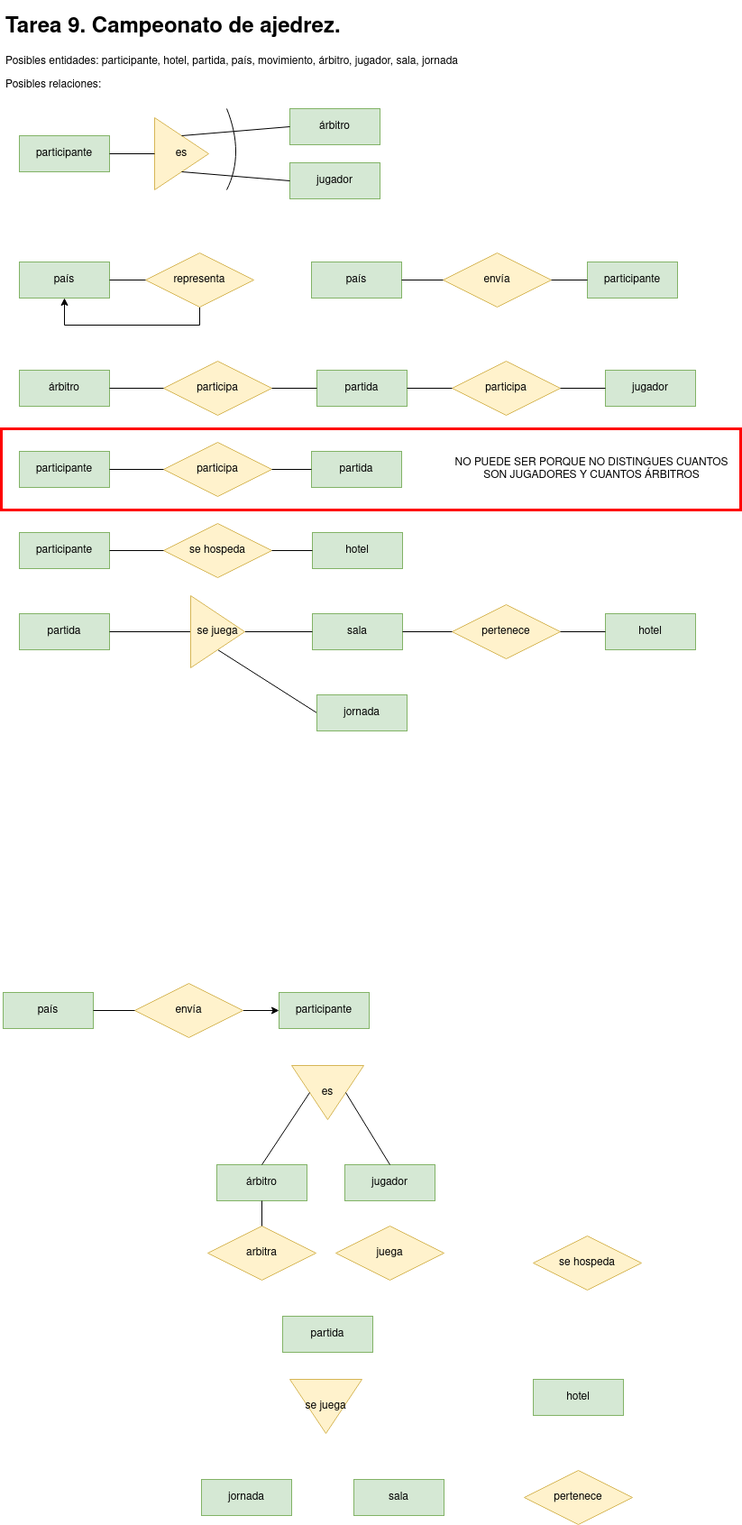
javigh193/bae keeps this draw.io diagram as tarea9.png. Above is the earlier version. Source tidied: cells renumbered, new cells last; positions are measured from the earlier drawing's top-left corner, leaving out a move shared by most shapes.
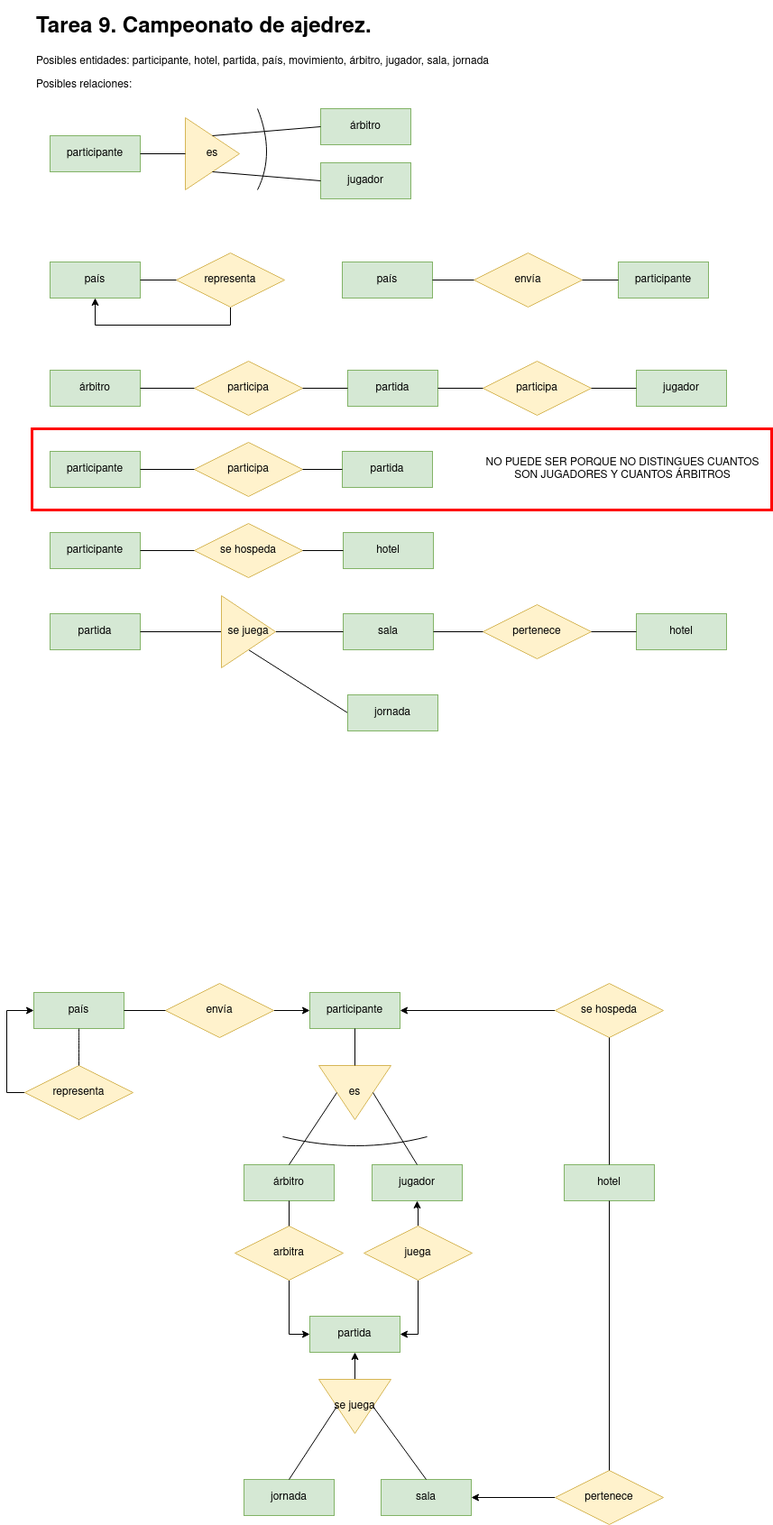
After the commit.

The edit, as a diff of the source:
```diff
@@ -168,37 +168,49 @@
       <mxGeometry relative="1" as="geometry" />
     </mxCell>
     <mxCell id="55" value="es" style="triangle;whiteSpace=wrap;html=1;fillColor=#fff2cc;strokeColor=#d6b656;direction=south;" parent="1" vertex="1">
-      <mxGeometry x="322" y="1171" width="80" height="60" as="geometry" />
+      <mxGeometry x="318" y="1171" width="80" height="60" as="geometry" />
     </mxCell>
     <mxCell id="56" value="árbitro" style="whiteSpace=wrap;html=1;align=center;fillColor=#d5e8d4;strokeColor=#82b366;" parent="1" vertex="1">
-      <mxGeometry x="239" y="1281" width="100" height="40" as="geometry" />
+      <mxGeometry x="235" y="1281" width="100" height="40" as="geometry" />
     </mxCell>
     <mxCell id="57" value="jugador" style="whiteSpace=wrap;html=1;align=center;fillColor=#d5e8d4;strokeColor=#82b366;" parent="1" vertex="1">
-      <mxGeometry x="381" y="1281" width="100" height="40" as="geometry" />
+      <mxGeometry x="377" y="1281" width="100" height="40" as="geometry" />
     </mxCell>
+    <mxCell id="72" style="edgeStyle=orthogonalEdgeStyle;rounded=0;jettySize=auto;html=1;entryX=0;entryY=0.5;entryDx=0;entryDy=0;" parent="1" edge="1" source="58" target="59">
+      <mxGeometry relative="1" as="geometry" />
+    </mxCell>
     <mxCell id="58" value="arbitra" style="shape=rhombus;perimeter=rhombusPerimeter;whiteSpace=wrap;html=1;align=center;fillColor=#fff2cc;strokeColor=#d6b656;" parent="1" vertex="1">
-      <mxGeometry x="229" y="1349" width="120" height="60" as="geometry" />
+      <mxGeometry x="225" y="1349" width="120" height="60" as="geometry" />
     </mxCell>
     <mxCell id="59" value="partida" style="whiteSpace=wrap;html=1;align=center;fillColor=#d5e8d4;strokeColor=#82b366;" parent="1" vertex="1">
-      <mxGeometry x="312" y="1449" width="100" height="40" as="geometry" />
+      <mxGeometry x="308" y="1449" width="100" height="40" as="geometry" />
     </mxCell>
+    <mxCell id="73" style="edgeStyle=orthogonalEdgeStyle;rounded=0;jettySize=auto;html=1;entryX=1;entryY=0.5;entryDx=0;entryDy=0;" parent="1" edge="1" source="60" target="53">
+      <mxGeometry relative="1" as="geometry" />
+    </mxCell>
     <mxCell id="60" value="se hospeda" style="shape=rhombus;perimeter=rhombusPerimeter;whiteSpace=wrap;html=1;align=center;fillColor=#fff2cc;strokeColor=#d6b656;" parent="1" vertex="1">
-      <mxGeometry x="590" y="1360" width="120" height="60" as="geometry" />
+      <mxGeometry x="580" y="1080" width="120" height="60" as="geometry" />
     </mxCell>
     <mxCell id="61" value="hotel" style="whiteSpace=wrap;html=1;align=center;fillColor=#d5e8d4;strokeColor=#82b366;" parent="1" vertex="1">
-      <mxGeometry x="590" y="1519" width="100" height="40" as="geometry" />
+      <mxGeometry x="590" y="1281" width="100" height="40" as="geometry" />
     </mxCell>
+    <mxCell id="74" style="edgeStyle=orthogonalEdgeStyle;rounded=0;jettySize=auto;html=1;entryX=1;entryY=0.5;entryDx=0;entryDy=0;" parent="1" edge="1" source="62" target="63">
+      <mxGeometry relative="1" as="geometry" />
+    </mxCell>
     <mxCell id="62" value="pertenece" style="shape=rhombus;perimeter=rhombusPerimeter;whiteSpace=wrap;html=1;align=center;fillColor=#fff2cc;strokeColor=#d6b656;" parent="1" vertex="1">
       <mxGeometry x="580" y="1620" width="120" height="60" as="geometry" />
     </mxCell>
     <mxCell id="63" value="sala" style="whiteSpace=wrap;html=1;align=center;fillColor=#d5e8d4;strokeColor=#82b366;" parent="1" vertex="1">
-      <mxGeometry x="391" y="1630" width="100" height="40" as="geometry" />
+      <mxGeometry x="387" y="1630" width="100" height="40" as="geometry" />
     </mxCell>
+    <mxCell id="75" style="edgeStyle=orthogonalEdgeStyle;rounded=0;jettySize=auto;html=1;entryX=0.5;entryY=1;entryDx=0;entryDy=0;" parent="1" edge="1" source="64" target="59">
+      <mxGeometry relative="1" as="geometry" />
+    </mxCell>
     <mxCell id="64" value="se juega" style="triangle;whiteSpace=wrap;html=1;fillColor=#fff2cc;strokeColor=#d6b656;direction=south;" parent="1" vertex="1">
-      <mxGeometry x="320" y="1519" width="80" height="60" as="geometry" />
+      <mxGeometry x="318" y="1519" width="80" height="60" as="geometry" />
     </mxCell>
     <mxCell id="65" value="jornada" style="whiteSpace=wrap;html=1;align=center;fillColor=#d5e8d4;strokeColor=#82b366;" parent="1" vertex="1">
-      <mxGeometry x="222" y="1630" width="100" height="40" as="geometry" />
+      <mxGeometry x="235" y="1630" width="100" height="40" as="geometry" />
     </mxCell>
     <mxCell id="66" value="NO PUEDE SER PORQUE NO DISTINGUES CUANTOS SON JUGADORES Y CUANTOS ÁRBITROS" style="text;html=1;strokeColor=none;fillColor=none;align=center;verticalAlign=middle;whiteSpace=wrap;rounded=0;" parent="1" vertex="1">
       <mxGeometry x="490" y="495" width="330" height="30" as="geometry" />
@@ -206,8 +218,14 @@
     <mxCell id="67" style="text;html=1;strokeColor=#FF0000;fillColor=none;align=center;verticalAlign=middle;whiteSpace=wrap;rounded=0;strokeWidth=3;" parent="1" vertex="1">
       <mxGeometry y="465" width="820" height="90" as="geometry" />
     </mxCell>
+    <mxCell id="76" style="edgeStyle=orthogonalEdgeStyle;rounded=0;jettySize=auto;html=1;" parent="1" edge="1" source="68" target="57">
+      <mxGeometry relative="1" as="geometry" />
+    </mxCell>
+    <mxCell id="77" style="edgeStyle=orthogonalEdgeStyle;rounded=0;jettySize=auto;html=1;entryX=1;entryY=0.5;entryDx=0;entryDy=0;" parent="1" edge="1" source="68" target="59">
+      <mxGeometry relative="1" as="geometry" />
+    </mxCell>
     <mxCell id="68" value="juega" style="shape=rhombus;perimeter=rhombusPerimeter;whiteSpace=wrap;html=1;align=center;fillColor=#fff2cc;strokeColor=#d6b656;" parent="1" vertex="1">
-      <mxGeometry x="371" y="1349" width="120" height="60" as="geometry" />
+      <mxGeometry x="368" y="1349" width="120" height="60" as="geometry" />
     </mxCell>
     <mxCell id="69" style="endArrow=none;html=1;rounded=0;exitX=0.5;exitY=1;exitDx=0;exitDy=0;entryX=0.5;entryY=0;entryDx=0;entryDy=0;" parent="1" edge="1" source="55" target="56">
       <mxGeometry relative="1" as="geometry" />
@@ -218,5 +236,43 @@
     <mxCell id="71" style="endArrow=none;html=1;rounded=0;exitX=0.5;exitY=0;exitDx=0;exitDy=0;entryX=0.5;entryY=1;entryDx=0;entryDy=0;" parent="1" edge="1" source="58" target="56">
       <mxGeometry relative="1" as="geometry" />
     </mxCell>
+    <mxCell id="78" style="endArrow=none;html=1;rounded=0;exitX=0.5;exitY=1;exitDx=0;exitDy=0;entryX=0.5;entryY=0;entryDx=0;entryDy=0;" parent="1" edge="1" source="61" target="62">
+      <mxGeometry relative="1" as="geometry" />
+    </mxCell>
+    <mxCell id="79" style="endArrow=none;html=1;rounded=0;exitX=0.5;exitY=0;exitDx=0;exitDy=0;entryX=0.5;entryY=1;entryDx=0;entryDy=0;" parent="1" edge="1" source="61" target="60">
+      <mxGeometry relative="1" as="geometry" />
+    </mxCell>
+    <mxCell id="80" style="endArrow=none;html=1;rounded=0;exitX=0.5;exitY=1;exitDx=0;exitDy=0;entryX=0;entryY=0.5;entryDx=0;entryDy=0;" parent="1" edge="1" source="53" target="55">
+      <mxGeometry relative="1" as="geometry" />
+    </mxCell>
+    <mxCell id="81" style="endArrow=none;html=1;rounded=0;exitX=0.5;exitY=1;exitDx=0;exitDy=0;entryX=0.5;entryY=0;entryDx=0;entryDy=0;" parent="1" edge="1" source="64" target="65">
+      <mxGeometry relative="1" as="geometry" />
+    </mxCell>
+    <mxCell id="82" style="endArrow=none;html=1;rounded=0;exitX=0.5;exitY=0;exitDx=0;exitDy=0;entryX=0.5;entryY=0;entryDx=0;entryDy=0;" parent="1" edge="1" source="64" target="63">
+      <mxGeometry relative="1" as="geometry" />
+    </mxCell>
+    <mxCell id="83" style="endArrow=none;html=1;curved=1;" parent="1" edge="1">
+      <mxGeometry relative="1" as="geometry">
+        <mxPoint x="278" y="1250" as="sourcePoint" />
+        <mxPoint x="438" y="1250" as="targetPoint" />
+        <Array as="points">
+          <mxPoint x="360" y="1270" />
+        </Array>
+      </mxGeometry>
+    </mxCell>
+    <mxCell id="84" style="edgeStyle=orthogonalEdgeStyle;rounded=0;jettySize=auto;html=1;entryX=0;entryY=0.5;entryDx=0;entryDy=0;" parent="1" edge="1" source="85" target="50">
+      <mxGeometry relative="1" as="geometry">
+        <Array as="points">
+          <mxPoint x="-28" y="1201" />
+          <mxPoint x="-28" y="1110" />
+        </Array>
+      </mxGeometry>
+    </mxCell>
+    <mxCell id="85" value="representa" style="shape=rhombus;perimeter=rhombusPerimeter;whiteSpace=wrap;html=1;align=center;fillColor=#fff2cc;strokeColor=#d6b656;" parent="1" vertex="1">
+      <mxGeometry x="-8" y="1171" width="120" height="60" as="geometry" />
+    </mxCell>
+    <mxCell id="86" style="endArrow=none;html=1;rounded=0;curved=1;exitX=0.5;exitY=1;exitDx=0;exitDy=0;entryX=0.5;entryY=0;entryDx=0;entryDy=0;" parent="1" edge="1" source="50" target="85">
+      <mxGeometry relative="1" as="geometry" />
+    </mxCell>
   </root>
 </mxGraphModel>
```
